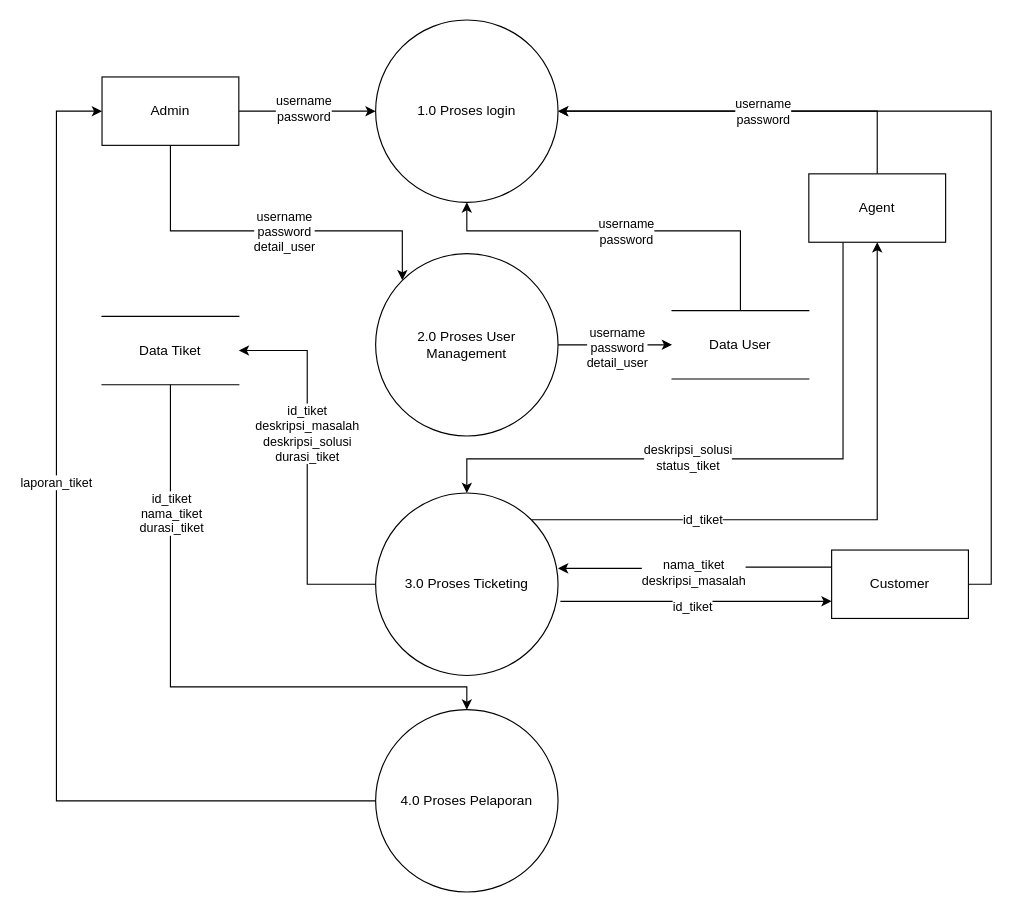
Earlier version of the draw.io diagram skripsi-dfdnol.drawio (raflialkindhi/graph-save). Source tidied: cells renumbered, new cells numbered last; positions are measured from the earlier drawing's top-left corner, leaving out a move shared by most shapes. Both pictures are drawn from the tidied source at 114%, with x=0, y=0 at pixel (56, 19).
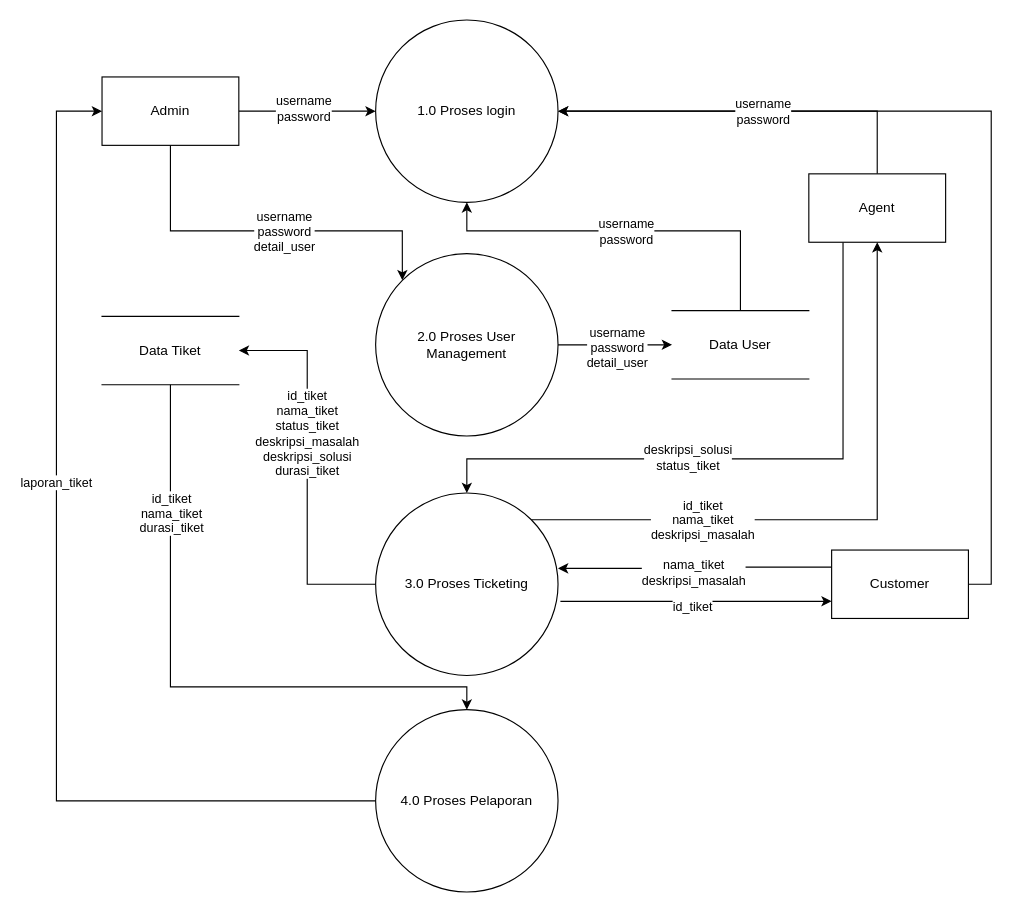
Above is the later version.

The change refers to these unchanged cells:
```xml
<mxCell id="23" style="edgeStyle=orthogonalEdgeStyle;rounded=0;jettySize=auto;html=1;exitX=0;exitY=0.5;exitDx=0;exitDy=0;entryX=1;entryY=0.5;entryDx=0;entryDy=0;" parent="1" edge="1" source="29" target="32">
  <mxGeometry relative="1" as="geometry" />
</mxCell>
<mxCell id="25" style="edgeStyle=orthogonalEdgeStyle;rounded=0;jettySize=auto;html=1;exitX=1;exitY=0;exitDx=0;exitDy=0;entryX=0.5;entryY=1;entryDx=0;entryDy=0;" parent="1" edge="1" source="29" target="6">
  <mxGeometry relative="1" as="geometry" />
</mxCell>
```

Change to the diagram source:
```diff
@@
-    <mxCell id="24" value="&lt;div&gt;id_tiket&lt;/div&gt;&lt;div&gt;deskripsi_masalah&lt;/div&gt;&lt;div&gt;deskripsi_solusi&lt;/div&gt;&lt;div&gt;durasi_tiket&lt;br&gt;&lt;/div&gt;" style="edgeLabel;html=1;align=center;verticalAlign=middle;" parent="23" vertex="1">
+    <mxCell id="24" value="&lt;div&gt;id_tiket&lt;/div&gt;&lt;div&gt;nama_tiket&lt;br&gt;&lt;/div&gt;&lt;div&gt;status_tiket&lt;br&gt;&lt;/div&gt;&lt;div&gt;deskripsi_masalah&lt;/div&gt;&lt;div&gt;deskripsi_solusi&lt;/div&gt;&lt;div&gt;durasi_tiket&lt;br&gt;&lt;/div&gt;" style="edgeLabel;html=1;align=center;verticalAlign=middle;" parent="23" vertex="1">
       <mxGeometry x="0.19" y="1" relative="1" as="geometry" />
     </mxCell>
@@
-    <mxCell id="26" value="id_tiket" style="edgeLabel;html=1;align=center;verticalAlign=middle;" parent="25" vertex="1">
+    <mxCell id="26" value="&lt;div&gt;id_tiket&lt;/div&gt;&lt;div&gt;nama_tiket&lt;/div&gt;&lt;div&gt;deskripsi_masalah&lt;br&gt;&lt;/div&gt;" style="edgeLabel;html=1;align=center;verticalAlign=middle;" parent="25" vertex="1">
       <mxGeometry x="-0.45" relative="1" as="geometry" />
     </mxCell>
```
